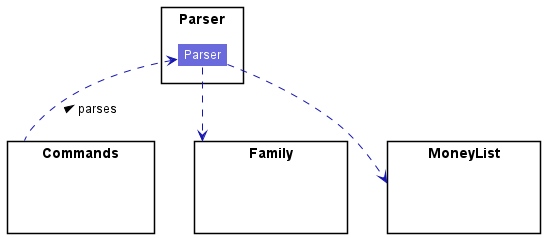
This is docs/images/ParserClassDiagram.png from nus-cs2113-AY2122S2/tp, a PlantUML export, as it was before one commit.
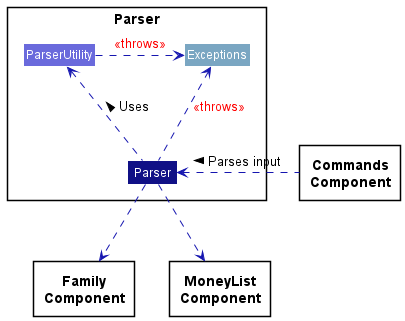
After the commit.

The edit, as a diff of the source:
```diff
@@ -4,24 +4,26 @@
 skinparam arrowColor LOGIC_COLOR_T3
 
 Package "Parser" as P {
-    Class Parser LOGIC_COLOR_T2
+    Class Parser LOGIC_COLOR_T4
+    Class ParserUtility LOGIC_COLOR_T2
+    Class Exceptions #7aa6c2
 }
 
-package Commands {
-Class HiddenModel #TRANSPARENT
+package Commands as "**Commands**\n**Component**" {
+}
+package Family as "**Family**\n**Component**" {
 }
 
-package Family {
-Class HiddenModel2 #TRANSPARENT
+package MoneyList as "**MoneyList**\n**Component**" {
 }
 
-package MoneyList {
-Class HiddenModel3 #TRANSPARENT
-}
 
-Commands .U.> Parser : parses >
-
+Commands .L.> Parser : Parses input >
 Parser -.> Family
 Parser -.> MoneyList
 
+Parser -U.> Exceptions : <color: red><<throws>>
+Parser -L.> ParserUtility : Uses >
+ParserUtility -r.> Exceptions : <color: red><<throws>>
+
 @enduml
```
